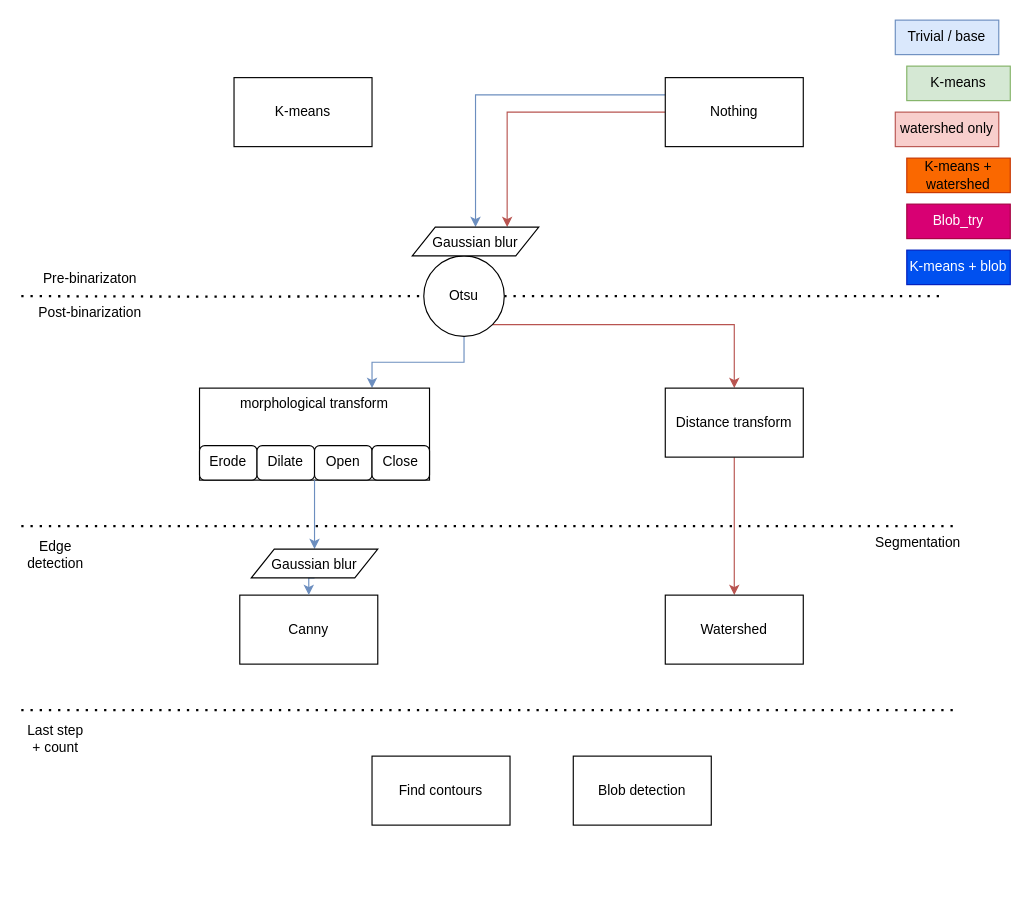
Before: page "processing tree" (1 of 2) of miniproject/doc/img/image_processing_tree.drawio in maximewel/image_processing, a draw.io diagram. Source tidied: cells renumbered, new cells numbered last; positions are measured from the earlier drawing's top-left corner, leaving out a move shared by most shapes. Both pictures are drawn from the tidied source at 115%, with x=0, y=0 at pixel (21, 20).
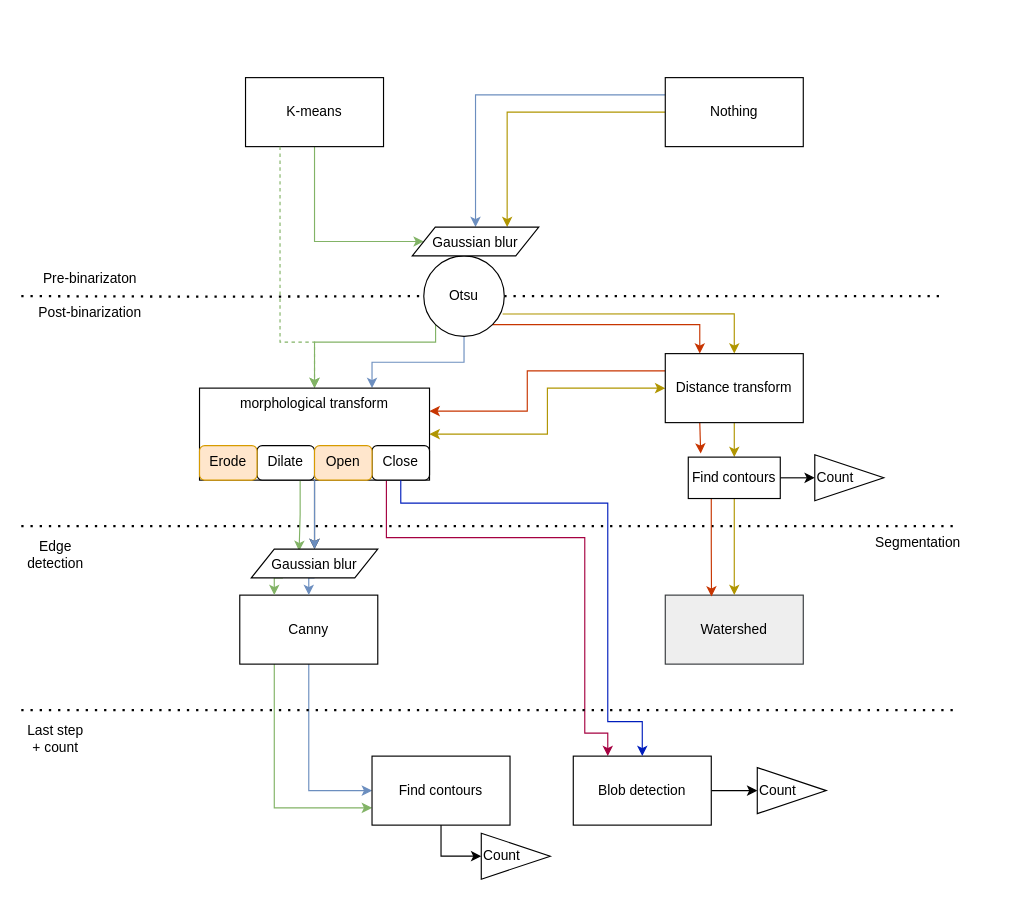
The same page after the edit.

The change refers to these unchanged cells:
```xml
<mxCell id="8" value="Nothing" style="rounded=0;whiteSpace=wrap;html=1;" parent="1" vertex="1">
  <mxGeometry x="560" y="50" width="120" height="60" as="geometry" />
</mxCell>
<mxCell id="11" value="Otsu" style="ellipse;whiteSpace=wrap;html=1;" parent="1" vertex="1">
  <mxGeometry x="350" y="205" width="70" height="70" as="geometry" />
</mxCell>
<mxCell id="13" value="Canny" style="rounded=0;whiteSpace=wrap;html=1;" parent="1" vertex="1">
  <mxGeometry x="190" y="500" width="120" height="60" as="geometry" />
</mxCell>
<mxCell id="16" value="morphological transform" style="rounded=0;whiteSpace=wrap;html=1;verticalAlign=top;" parent="1" vertex="1">
  <mxGeometry x="155" y="320" width="200" height="80" as="geometry" />
</mxCell>
<mxCell id="20" value="Dilate" style="rounded=1;whiteSpace=wrap;html=1;verticalAlign=top;" parent="1" vertex="1">
  <mxGeometry x="205" y="370" width="50" height="30" as="geometry" />
</mxCell>
<mxCell id="22" value="Close" style="rounded=1;whiteSpace=wrap;html=1;verticalAlign=top;" parent="1" vertex="1">
  <mxGeometry x="305" y="370" width="50" height="30" as="geometry" />
</mxCell>
<mxCell id="24" value="Blob detection" style="rounded=0;whiteSpace=wrap;html=1;" parent="1" vertex="1">
  <mxGeometry x="480" y="640" width="120" height="60" as="geometry" />
</mxCell>
<mxCell id="25" value="Gaussian blur" style="shape=parallelogram;perimeter=parallelogramPerimeter;whiteSpace=wrap;html=1;fixedSize=1;verticalAlign=top;" parent="1" vertex="1">
  <mxGeometry x="340" y="180" width="110" height="25" as="geometry" />
</mxCell>
<mxCell id="27" value="Gaussian blur" style="shape=parallelogram;perimeter=parallelogramPerimeter;whiteSpace=wrap;html=1;fixedSize=1;verticalAlign=top;" parent="1" vertex="1">
  <mxGeometry x="200" y="460" width="110" height="25" as="geometry" />
</mxCell>
<mxCell id="30" value="Find contours" style="rounded=0;whiteSpace=wrap;html=1;verticalAlign=middle;" parent="1" vertex="1">
  <mxGeometry x="305" y="640" width="120" height="60" as="geometry" />
</mxCell>
```

Change to the diagram source:
```diff
@@
+    <mxCell id="39" style="edgeStyle=orthogonalEdgeStyle;rounded=0;jettySize=auto;html=1;exitX=0.5;exitY=1;exitDx=0;exitDy=0;entryX=0;entryY=0.5;entryDx=0;entryDy=0;fillColor=#d5e8d4;strokeColor=#82b366;" parent="1" edge="1" source="2" target="25">
+      <mxGeometry relative="1" as="geometry">
+        <Array as="points">
+          <mxPoint x="255" y="193" />
+        </Array>
+      </mxGeometry>
+    </mxCell>
     <mxCell id="2" value="K-means" style="rounded=0;whiteSpace=wrap;html=1;" parent="1" vertex="1">
-      <mxGeometry x="185" y="50" width="120" height="60" as="geometry" />
+      <mxGeometry x="195" y="50" width="120" height="60" as="geometry" />
     </mxCell>
@@
-    <mxCell id="6" style="edgeStyle=orthogonalEdgeStyle;rounded=0;jettySize=auto;html=1;exitX=0;exitY=0.5;exitDx=0;exitDy=0;entryX=0.75;entryY=0;entryDx=0;entryDy=0;fillColor=#f8cecc;strokeColor=#b85450;" parent="1" edge="1" source="8" target="25">
+    <mxCell id="6" style="edgeStyle=orthogonalEdgeStyle;rounded=0;jettySize=auto;html=1;exitX=0;exitY=0.5;exitDx=0;exitDy=0;entryX=0.75;entryY=0;entryDx=0;entryDy=0;fillColor=#e3c800;strokeColor=#B09500;" parent="1" edge="1" source="8" target="25">
       <mxGeometry relative="1" as="geometry" />
     </mxCell>
@@
-    <mxCell id="9" style="edgeStyle=orthogonalEdgeStyle;rounded=0;jettySize=auto;html=1;exitX=1;exitY=1;exitDx=0;exitDy=0;entryX=0.5;entryY=0;entryDx=0;entryDy=0;fillColor=#f8cecc;strokeColor=#b85450;" parent="1" edge="1" source="11" target="15">
+    <mxCell id="9" style="edgeStyle=orthogonalEdgeStyle;rounded=0;jettySize=auto;html=1;exitX=0.979;exitY=0.722;exitDx=0;exitDy=0;entryX=0.5;entryY=0;entryDx=0;entryDy=0;fillColor=#e3c800;strokeColor=#B09500;exitPerimeter=0;" parent="1" edge="1" source="11" target="15">
       <mxGeometry relative="1" as="geometry" />
     </mxCell>
@@
+    <mxCell id="40" style="edgeStyle=orthogonalEdgeStyle;rounded=0;jettySize=auto;html=1;exitX=0.25;exitY=1;exitDx=0;exitDy=0;entryX=0.5;entryY=0;entryDx=0;entryDy=0;fillColor=#d5e8d4;strokeColor=#82b366;dashed=1;" parent="1" edge="1" source="2" target="16">
+      <mxGeometry relative="1" as="geometry">
+        <Array as="points">
+          <mxPoint x="225" y="280" />
+          <mxPoint x="255" y="280" />
+        </Array>
+      </mxGeometry>
+    </mxCell>
+    <mxCell id="41" style="edgeStyle=orthogonalEdgeStyle;rounded=0;jettySize=auto;html=1;exitX=0;exitY=1;exitDx=0;exitDy=0;entryX=0.5;entryY=0;entryDx=0;entryDy=0;fillColor=#d5e8d4;strokeColor=#82b366;" parent="1" edge="1" source="11" target="16">
+      <mxGeometry relative="1" as="geometry">
+        <Array as="points">
+          <mxPoint x="360" y="280" />
+          <mxPoint x="255" y="280" />
+        </Array>
+      </mxGeometry>
+    </mxCell>
+    <mxCell id="42" style="edgeStyle=orthogonalEdgeStyle;rounded=0;jettySize=auto;html=1;exitX=1;exitY=1;exitDx=0;exitDy=0;entryX=0.25;entryY=0;entryDx=0;entryDy=0;startArrow=none;startFill=0;fillColor=#fa6800;strokeColor=#C73500;" parent="1" edge="1" source="11" target="15">
+      <mxGeometry relative="1" as="geometry" />
+    </mxCell>
@@
+    <mxCell id="43" style="edgeStyle=orthogonalEdgeStyle;rounded=0;jettySize=auto;html=1;exitX=0.5;exitY=1;exitDx=0;exitDy=0;entryX=0;entryY=0.5;entryDx=0;entryDy=0;fillColor=#dae8fc;strokeColor=#6c8ebf;" parent="1" edge="1" source="13" target="30">
+      <mxGeometry relative="1" as="geometry" />
+    </mxCell>
+    <mxCell id="44" style="edgeStyle=orthogonalEdgeStyle;rounded=0;jettySize=auto;html=1;exitX=0.25;exitY=1;exitDx=0;exitDy=0;entryX=0;entryY=0.75;entryDx=0;entryDy=0;startArrow=none;startFill=0;fillColor=#d5e8d4;strokeColor=#82b366;" parent="1" edge="1" source="13" target="30">
+      <mxGeometry relative="1" as="geometry" />
+    </mxCell>
@@
-    <mxCell id="14" style="edgeStyle=orthogonalEdgeStyle;rounded=0;jettySize=auto;html=1;exitX=0.5;exitY=1;exitDx=0;exitDy=0;entryX=0.5;entryY=0;entryDx=0;entryDy=0;fillColor=#f8cecc;strokeColor=#b85450;" parent="1" edge="1" source="15" target="23">
+    <mxCell id="14" style="edgeStyle=orthogonalEdgeStyle;rounded=0;jettySize=auto;html=1;exitX=0;exitY=0.5;exitDx=0;exitDy=0;entryX=1;entryY=0.5;entryDx=0;entryDy=0;fillColor=#e3c800;strokeColor=#B09500;startArrow=classic;startFill=1;" parent="1" edge="1" source="15" target="16">
       <mxGeometry relative="1" as="geometry" />
     </mxCell>
+    <mxCell id="45" style="edgeStyle=orthogonalEdgeStyle;rounded=0;jettySize=auto;html=1;exitX=0.5;exitY=1;exitDx=0;exitDy=0;entryX=0.5;entryY=0;entryDx=0;entryDy=0;fillColor=#e3c800;strokeColor=#B09500;" parent="1" edge="1" source="15" target="58">
+      <mxGeometry relative="1" as="geometry" />
+    </mxCell>
+    <mxCell id="46" style="edgeStyle=orthogonalEdgeStyle;rounded=0;jettySize=auto;html=1;exitX=0;exitY=0.25;exitDx=0;exitDy=0;entryX=1;entryY=0.25;entryDx=0;entryDy=0;startArrow=none;startFill=0;fillColor=#fa6800;strokeColor=#C73500;" parent="1" edge="1" source="15" target="16">
+      <mxGeometry relative="1" as="geometry">
+        <Array as="points">
+          <mxPoint x="440" y="305" />
+          <mxPoint x="440" y="340" />
+        </Array>
+      </mxGeometry>
+    </mxCell>
+    <mxCell id="47" style="edgeStyle=orthogonalEdgeStyle;rounded=0;jettySize=auto;html=1;exitX=0.25;exitY=1;exitDx=0;exitDy=0;entryX=0.135;entryY=-0.085;entryDx=0;entryDy=0;entryPerimeter=0;startArrow=none;startFill=0;fillColor=#fa6800;strokeColor=#C73500;" parent="1" edge="1" source="15" target="58">
+      <mxGeometry relative="1" as="geometry" />
+    </mxCell>
     <mxCell id="15" value="Distance transform" style="rounded=0;whiteSpace=wrap;html=1;" parent="1" vertex="1">
-      <mxGeometry x="560" y="320" width="120" height="60" as="geometry" />
+      <mxGeometry x="560" y="290" width="120" height="60" as="geometry" />
     </mxCell>
+    <mxCell id="48" style="edgeStyle=orthogonalEdgeStyle;rounded=0;jettySize=auto;html=1;startArrow=none;startFill=0;" parent="1" edge="1" source="16" target="27">
+      <mxGeometry relative="1" as="geometry" />
+    </mxCell>
@@
-    <mxCell id="18" value="Erode" style="rounded=1;whiteSpace=wrap;html=1;verticalAlign=top;" parent="1" vertex="1">
-      <mxGeometry x="155" y="370" width="50" height="30" as="geometry" />
-    </mxCell>
@@
+    <mxCell id="49" style="edgeStyle=orthogonalEdgeStyle;rounded=0;jettySize=auto;html=1;exitX=0.75;exitY=1;exitDx=0;exitDy=0;entryX=0.378;entryY=0.066;entryDx=0;entryDy=0;entryPerimeter=0;startArrow=none;startFill=0;fillColor=#d5e8d4;strokeColor=#82b366;" parent="1" edge="1" source="20" target="27">
+      <mxGeometry relative="1" as="geometry" />
+    </mxCell>
@@
-    <mxCell id="21" value="Open" style="rounded=1;whiteSpace=wrap;html=1;verticalAlign=top;" parent="1" vertex="1">
-      <mxGeometry x="255" y="370" width="50" height="30" as="geometry" />
-    </mxCell>
+    <mxCell id="50" style="edgeStyle=orthogonalEdgeStyle;rounded=0;jettySize=auto;html=1;exitX=0.25;exitY=1;exitDx=0;exitDy=0;entryX=0.25;entryY=0;entryDx=0;entryDy=0;startArrow=none;startFill=0;fillColor=#d80073;strokeColor=#A50040;" parent="1" edge="1" source="22" target="24">
+      <mxGeometry relative="1" as="geometry">
+        <Array as="points">
+          <mxPoint x="317" y="450" />
+          <mxPoint x="490" y="450" />
+          <mxPoint x="490" y="620" />
+          <mxPoint x="510" y="620" />
+        </Array>
+      </mxGeometry>
+    </mxCell>
@@
-    <mxCell id="23" value="Watershed" style="rounded=0;whiteSpace=wrap;html=1;" parent="1" vertex="1">
+    <mxCell id="23" value="Watershed" style="rounded=0;whiteSpace=wrap;html=1;fillColor=#eeeeee;strokeColor=#36393d;" parent="1" vertex="1">
       <mxGeometry x="560" y="500" width="120" height="60" as="geometry" />
     </mxCell>
+    <mxCell id="51" style="edgeStyle=orthogonalEdgeStyle;rounded=0;jettySize=auto;html=1;exitX=1;exitY=0.5;exitDx=0;exitDy=0;entryX=0;entryY=0.5;entryDx=0;entryDy=0;" parent="1" edge="1" source="24" target="60">
+      <mxGeometry relative="1" as="geometry" />
+    </mxCell>
@@
+    <mxCell id="52" style="edgeStyle=orthogonalEdgeStyle;rounded=0;jettySize=auto;html=1;exitX=0.25;exitY=1;exitDx=0;exitDy=0;entryX=0.25;entryY=0;entryDx=0;entryDy=0;startArrow=none;startFill=0;fillColor=#d5e8d4;strokeColor=#82b366;" parent="1" edge="1" source="27" target="13">
+      <mxGeometry relative="1" as="geometry" />
+    </mxCell>
@@
-    <mxCell id="28" value="watershed only" style="text;html=1;strokeColor=#b85450;fillColor=#f8cecc;align=center;verticalAlign=middle;whiteSpace=wrap;rounded=0;" parent="1" vertex="1">
-      <mxGeometry x="760" y="80" width="90" height="30" as="geometry" />
-    </mxCell>
-    <mxCell id="29" value="Trivial / base" style="text;html=1;strokeColor=#6c8ebf;fillColor=#dae8fc;align=center;verticalAlign=middle;whiteSpace=wrap;rounded=0;" parent="1" vertex="1">
-      <mxGeometry x="760" width="90" height="30" as="geometry" />
-    </mxCell>
+    <mxCell id="53" style="edgeStyle=orthogonalEdgeStyle;rounded=0;jettySize=auto;html=1;exitX=0.5;exitY=1;exitDx=0;exitDy=0;entryX=0;entryY=0.5;entryDx=0;entryDy=0;" parent="1" edge="1" source="30" target="61">
+      <mxGeometry relative="1" as="geometry" />
+    </mxCell>
@@
-    <mxCell id="31" value="K-means" style="rounded=0;whiteSpace=wrap;html=1;verticalAlign=middle;fillColor=#d5e8d4;strokeColor=#82b366;" parent="1" vertex="1">
-      <mxGeometry x="770" y="40" width="90" height="30" as="geometry" />
-    </mxCell>
-    <mxCell id="32" value="K-means + watershed" style="rounded=0;whiteSpace=wrap;html=1;verticalAlign=middle;fillColor=#fa6800;strokeColor=#C73500;fontColor=#000000;" parent="1" vertex="1">
-      <mxGeometry x="770" y="120" width="90" height="30" as="geometry" />
-    </mxCell>
-    <mxCell id="33" value="K-means + blob" style="rounded=0;whiteSpace=wrap;html=1;verticalAlign=middle;fillColor=#0050ef;strokeColor=#001DBC;fontColor=#ffffff;" parent="1" vertex="1">
-      <mxGeometry x="770" y="200" width="90" height="30" as="geometry" />
-    </mxCell>
-    <mxCell id="34" value="Blob_try" style="rounded=0;whiteSpace=wrap;html=1;verticalAlign=middle;fillColor=#d80073;strokeColor=#A50040;fontColor=#ffffff;" parent="1" vertex="1">
-      <mxGeometry x="770" y="160" width="90" height="30" as="geometry" />
-    </mxCell>
@@
+    <mxCell id="18" value="Erode" style="rounded=1;whiteSpace=wrap;html=1;verticalAlign=top;fillColor=#ffe6cc;strokeColor=#d79b00;" parent="1" vertex="1">
+      <mxGeometry x="155" y="370" width="50" height="30" as="geometry" />
+    </mxCell>
+    <mxCell id="54" style="edgeStyle=orthogonalEdgeStyle;rounded=0;jettySize=auto;html=1;exitX=0.5;exitY=1;exitDx=0;exitDy=0;entryX=0.5;entryY=0;entryDx=0;entryDy=0;startArrow=none;startFill=0;fillColor=#0050ef;strokeColor=#001DBC;" parent="1" edge="1" source="22" target="24">
+      <mxGeometry relative="1" as="geometry">
+        <Array as="points">
+          <mxPoint x="330" y="420" />
+          <mxPoint x="510" y="420" />
+          <mxPoint x="510" y="610" />
+          <mxPoint x="540" y="610" />
+        </Array>
+      </mxGeometry>
+    </mxCell>
+    <mxCell id="21" value="Open" style="rounded=1;whiteSpace=wrap;html=1;verticalAlign=top;fillColor=#ffe6cc;strokeColor=#d79b00;" parent="1" vertex="1">
+      <mxGeometry x="255" y="370" width="50" height="30" as="geometry" />
+    </mxCell>
+    <mxCell id="55" style="edgeStyle=orthogonalEdgeStyle;rounded=0;jettySize=auto;html=1;exitX=0.5;exitY=1;exitDx=0;exitDy=0;entryX=0.5;entryY=0;entryDx=0;entryDy=0;fillColor=#e3c800;strokeColor=#B09500;" parent="1" edge="1" source="58" target="23">
+      <mxGeometry relative="1" as="geometry" />
+    </mxCell>
+    <mxCell id="56" style="edgeStyle=orthogonalEdgeStyle;rounded=0;jettySize=auto;html=1;exitX=1;exitY=0.5;exitDx=0;exitDy=0;entryX=0;entryY=0.5;entryDx=0;entryDy=0;" parent="1" edge="1" source="58" target="59">
+      <mxGeometry relative="1" as="geometry" />
+    </mxCell>
+    <mxCell id="57" style="edgeStyle=orthogonalEdgeStyle;rounded=0;jettySize=auto;html=1;exitX=0.25;exitY=1;exitDx=0;exitDy=0;entryX=0.335;entryY=0.02;entryDx=0;entryDy=0;entryPerimeter=0;startArrow=none;startFill=0;fillColor=#fa6800;strokeColor=#C73500;" parent="1" edge="1" source="58" target="23">
+      <mxGeometry relative="1" as="geometry" />
+    </mxCell>
+    <mxCell id="58" value="Find contours" style="rounded=0;whiteSpace=wrap;html=1;verticalAlign=middle;" parent="1" vertex="1">
+      <mxGeometry x="580" y="380" width="80" height="36" as="geometry" />
+    </mxCell>
+    <mxCell id="59" value="Count" style="triangle;whiteSpace=wrap;html=1;align=left;" parent="1" vertex="1">
+      <mxGeometry x="690" y="378" width="60" height="40" as="geometry" />
+    </mxCell>
+    <mxCell id="60" value="Count" style="triangle;whiteSpace=wrap;html=1;verticalAlign=middle;align=left;" parent="1" vertex="1">
+      <mxGeometry x="640" y="650" width="60" height="40" as="geometry" />
+    </mxCell>
+    <mxCell id="61" value="Count" style="triangle;whiteSpace=wrap;html=1;align=left;" parent="1" vertex="1">
+      <mxGeometry x="400" y="707" width="60" height="40" as="geometry" />
+    </mxCell>
```
